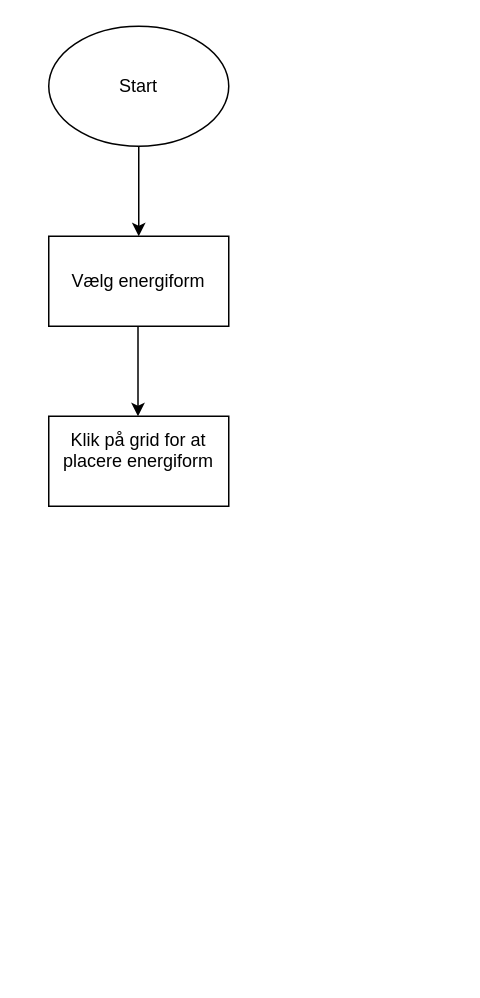
Above: Unavngivet diagram.drawio in H24HX3-Tobias-Grostad-Axelsen/Code (draw.io), before the change. Source tidied: cells renumbered, new cells numbered last; positions are measured from the earlier drawing's top-left corner, leaving out a move shared by most shapes. Both pictures are drawn from the tidied source at 150%, with x=0, y=0 at pixel (48, 26).
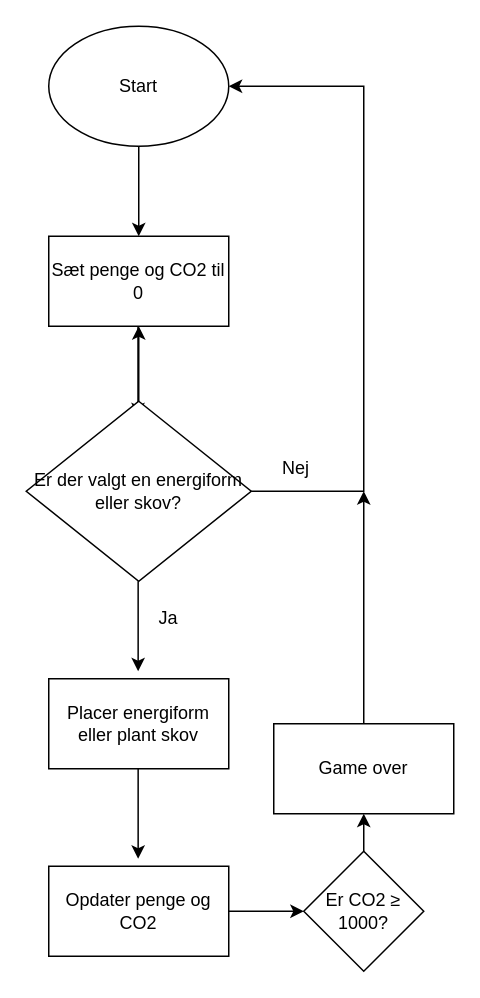
After the change.

Unchanged cells that the change refers to:
```xml
<mxCell id="2" value="Start" style="ellipse;whiteSpace=wrap;html=1;" parent="1" vertex="1">
  <mxGeometry width="120" height="80" as="geometry" />
</mxCell>
```

What changed in the source:
```diff
@@
-    <mxCell id="3" value="Vælg energiform" style="rounded=0;whiteSpace=wrap;html=1;" parent="1" vertex="1">
+    <mxCell id="3" value="Sæt penge og CO2 til 0" style="rounded=0;whiteSpace=wrap;html=1;" parent="1" vertex="1">
       <mxGeometry y="140" width="120" height="60" as="geometry" />
     </mxCell>
@@
-    <mxCell id="5" value="&#10;Klik på grid for at placere energiform&#10;&#10;" style="rounded=0;whiteSpace=wrap;html=1;" parent="1" vertex="1">
-      <mxGeometry y="260" width="120" height="60" as="geometry" />
-    </mxCell>
@@
+    <mxCell id="7" style="edgeStyle=orthogonalEdgeStyle;rounded=0;jettySize=auto;html=1;" parent="1" edge="1" source="8" target="3">
+      <mxGeometry relative="1" as="geometry" />
+    </mxCell>
+    <mxCell id="8" value="Er der valgt en energiform eller skov?" style="rhombus;whiteSpace=wrap;html=1;" parent="1" vertex="1">
+      <mxGeometry x="-15" y="250" width="150" height="120" as="geometry" />
+    </mxCell>
+    <mxCell id="9" style="endArrow=classic;html=1;rounded=0;exitX=1;exitY=0.5;exitDx=0;exitDy=0;entryX=1;entryY=0.5;entryDx=0;entryDy=0;" parent="1" edge="1" source="8" target="2">
+      <mxGeometry relative="1" as="geometry">
+        <Array as="points">
+          <mxPoint x="210" y="310" />
+          <mxPoint x="210" y="40" />
+        </Array>
+      </mxGeometry>
+    </mxCell>
+    <mxCell id="10" value="Nej" style="text;html=1;align=center;verticalAlign=middle;whiteSpace=wrap;rounded=0;" parent="1" vertex="1">
+      <mxGeometry x="135" y="280" width="60" height="30" as="geometry" />
+    </mxCell>
+    <mxCell id="11" value="Placer energiform eller plant skov" style="rounded=0;whiteSpace=wrap;html=1;" parent="1" vertex="1">
+      <mxGeometry y="435" width="120" height="60" as="geometry" />
+    </mxCell>
+    <mxCell id="12" style="endArrow=classic;html=1;rounded=0;" parent="1" edge="1">
+      <mxGeometry relative="1" as="geometry">
+        <mxPoint x="59.6" y="370" as="sourcePoint" />
+        <mxPoint x="59.6" y="430" as="targetPoint" />
+      </mxGeometry>
+    </mxCell>
+    <mxCell id="13" value="Ja" style="text;html=1;align=center;verticalAlign=middle;whiteSpace=wrap;rounded=0;" parent="1" vertex="1">
+      <mxGeometry x="50" y="380" width="60" height="30" as="geometry" />
+    </mxCell>
+    <mxCell id="14" value="Opdater penge og CO2" style="rounded=0;whiteSpace=wrap;html=1;" parent="1" vertex="1">
+      <mxGeometry y="560" width="120" height="60" as="geometry" />
+    </mxCell>
+    <mxCell id="15" style="endArrow=classic;html=1;rounded=0;" parent="1" edge="1">
+      <mxGeometry relative="1" as="geometry">
+        <mxPoint x="59.6" y="495" as="sourcePoint" />
+        <mxPoint x="59.6" y="555" as="targetPoint" />
+      </mxGeometry>
+    </mxCell>
+    <mxCell id="16" value="Er CO2 ≥ 1000?" style="rhombus;whiteSpace=wrap;html=1;" parent="1" vertex="1">
+      <mxGeometry x="170" y="550" width="80" height="80" as="geometry" />
+    </mxCell>
+    <mxCell id="17" style="endArrow=classic;html=1;rounded=0;entryX=0;entryY=0.5;entryDx=0;entryDy=0;" parent="1" edge="1" target="16">
+      <mxGeometry relative="1" as="geometry">
+        <mxPoint x="120" y="590" as="sourcePoint" />
+      </mxGeometry>
+    </mxCell>
+    <mxCell id="18" value="Game over" style="rounded=0;whiteSpace=wrap;html=1;" parent="1" vertex="1">
+      <mxGeometry x="150" y="465" width="120" height="60" as="geometry" />
+    </mxCell>
+    <mxCell id="19" style="endArrow=classic;html=1;rounded=0;entryX=0.5;entryY=1;entryDx=0;entryDy=0;" parent="1" edge="1" target="18">
+      <mxGeometry relative="1" as="geometry">
+        <mxPoint x="210" y="550" as="sourcePoint" />
+      </mxGeometry>
+    </mxCell>
+    <mxCell id="20" style="endArrow=classic;html=1;rounded=0;" parent="1" edge="1">
+      <mxGeometry relative="1" as="geometry">
+        <mxPoint x="210" y="465" as="sourcePoint" />
+        <mxPoint x="210" y="310" as="targetPoint" />
+      </mxGeometry>
+    </mxCell>
```
